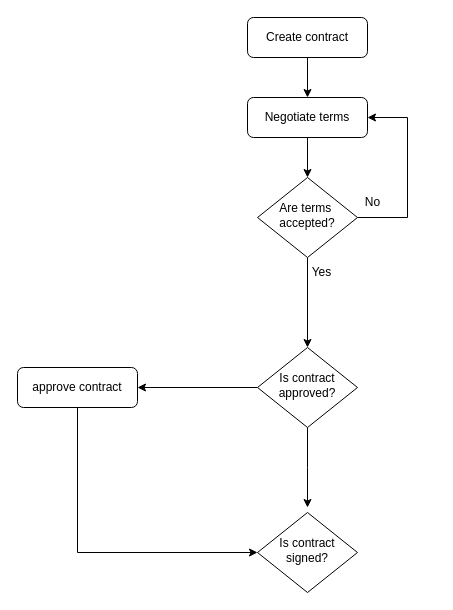
The draw.io diagram CRM-contract.drawio in airbaggrenade/WGU-D284, before the edit. Source tidied: cells renumbered, new cells numbered last; positions are measured from the earlier drawing's top-left corner, leaving out a move shared by most shapes. Both pictures are drawn from the tidied source at 100%, with x=0, y=0 at pixel (17, 17).
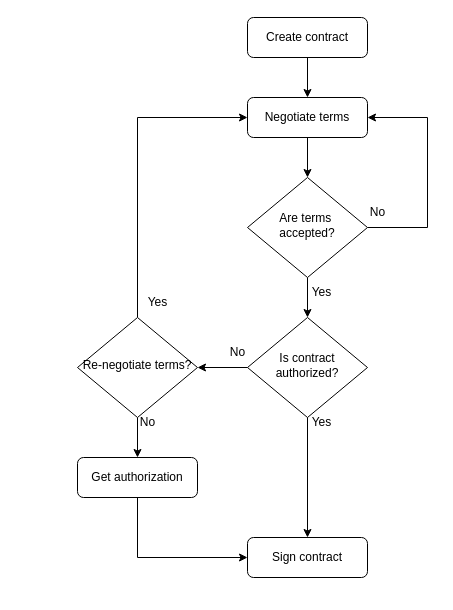
The same diagram, later.

The change refers to these unchanged cells:
```xml
<mxCell id="8" value="Negotiate terms" style="rounded=1;whiteSpace=wrap;html=1;fontSize=12;glass=0;strokeWidth=1;shadow=0;" parent="1" vertex="1">
  <mxGeometry x="230" y="80" width="120" height="40" as="geometry" />
</mxCell>
```

Diff of the diagram source:
```diff
@@
-    <mxCell id="5" style="edgeStyle=orthogonalEdgeStyle;rounded=0;jettySize=auto;html=1;entryX=1;entryY=0.5;entryDx=0;entryDy=0;" parent="1" edge="1" source="6" target="8">
+    <mxCell id="5" style="edgeStyle=orthogonalEdgeStyle;rounded=0;jettySize=auto;html=1;entryX=1;entryY=0.5;entryDx=0;entryDy=0;exitX=1;exitY=0.5;exitDx=0;exitDy=0;" parent="1" edge="1" source="6" target="8">
       <mxGeometry relative="1" as="geometry">
         <Array as="points">
-          <mxPoint x="390" y="200" />
-          <mxPoint x="390" y="100" />
+          <mxPoint x="410" y="210" />
+          <mxPoint x="410" y="100" />
         </Array>
       </mxGeometry>
     </mxCell>
     <mxCell id="6" value="&lt;div&gt;Are terms&amp;nbsp;&lt;/div&gt;&lt;div&gt;accepted?&lt;/div&gt;" style="rhombus;whiteSpace=wrap;html=1;shadow=0;fontFamily=Helvetica;fontSize=12;align=center;strokeWidth=1;spacing=6;spacingTop=-4;" parent="1" vertex="1">
-      <mxGeometry x="240" y="160" width="100" height="80" as="geometry" />
+      <mxGeometry x="230" y="160" width="120" height="100" as="geometry" />
     </mxCell>
@@
-    <mxCell id="9" style="edgeStyle=orthogonalEdgeStyle;rounded=0;jettySize=auto;html=1;" parent="1" edge="1" source="11" target="13">
-      <mxGeometry relative="1" as="geometry" />
-    </mxCell>
-    <mxCell id="10" style="edgeStyle=orthogonalEdgeStyle;rounded=0;jettySize=auto;html=1;" parent="1" edge="1" source="11">
-      <mxGeometry relative="1" as="geometry">
-        <mxPoint x="290" y="490" as="targetPoint" />
-      </mxGeometry>
-    </mxCell>
-    <mxCell id="11" value="Is contract approved?" style="rhombus;whiteSpace=wrap;html=1;shadow=0;fontFamily=Helvetica;fontSize=12;align=center;strokeWidth=1;spacing=6;spacingTop=-4;" parent="1" vertex="1">
-      <mxGeometry x="240" y="330" width="100" height="80" as="geometry" />
+    <mxCell id="11" value="Is contract authorized?" style="rhombus;whiteSpace=wrap;html=1;shadow=0;fontFamily=Helvetica;fontSize=12;align=center;strokeWidth=1;spacing=6;spacingTop=-4;" parent="1" vertex="1">
+      <mxGeometry x="230" y="300" width="120" height="100" as="geometry" />
     </mxCell>
-    <mxCell id="12" style="edgeStyle=orthogonalEdgeStyle;rounded=0;jettySize=auto;html=1;entryX=0;entryY=0.5;entryDx=0;entryDy=0;" parent="1" edge="1" source="13" target="14">
-      <mxGeometry relative="1" as="geometry">
-        <Array as="points">
-          <mxPoint x="60" y="535" />
-        </Array>
-      </mxGeometry>
-    </mxCell>
+    <mxCell id="17" style="edgeStyle=orthogonalEdgeStyle;rounded=0;jettySize=auto;html=1;entryX=0;entryY=0.5;entryDx=0;entryDy=0;" parent="1" edge="1" source="13" target="21">
+      <mxGeometry relative="1" as="geometry">
+        <Array as="points">
+          <mxPoint x="120" y="540" />
+        </Array>
+      </mxGeometry>
+    </mxCell>
-    <mxCell id="13" value="&lt;div&gt;approve contract&lt;/div&gt;" style="rounded=1;whiteSpace=wrap;html=1;fontSize=12;glass=0;strokeWidth=1;shadow=0;" parent="1" vertex="1">
-      <mxGeometry y="350" width="120" height="40" as="geometry" />
+    <mxCell id="13" value="Get authorization" style="rounded=1;whiteSpace=wrap;html=1;fontSize=12;glass=0;strokeWidth=1;shadow=0;" parent="1" vertex="1">
+      <mxGeometry x="60" y="440" width="120" height="40" as="geometry" />
     </mxCell>
-    <mxCell id="14" value="Is contract signed?" style="rhombus;whiteSpace=wrap;html=1;shadow=0;fontFamily=Helvetica;fontSize=12;align=center;strokeWidth=1;spacing=6;spacingTop=-4;" parent="1" vertex="1">
-      <mxGeometry x="240" y="495" width="100" height="80" as="geometry" />
-    </mxCell>
     <mxCell id="15" value="&lt;div&gt;Yes&lt;/div&gt;" style="text;html=1;align=center;verticalAlign=middle;strokeColor=none;fillColor=none;" parent="1" vertex="1">
-      <mxGeometry x="284" y="240" width="40" height="30" as="geometry" />
+      <mxGeometry x="284" y="260" width="40" height="30" as="geometry" />
     </mxCell>
     <mxCell id="16" value="No" style="text;html=1;align=center;verticalAlign=middle;strokeColor=none;fillColor=none;" parent="1" vertex="1">
-      <mxGeometry x="335" y="170" width="40" height="30" as="geometry" />
+      <mxGeometry x="340" y="180" width="40" height="30" as="geometry" />
     </mxCell>
+    <mxCell id="18" style="edgeStyle=orthogonalEdgeStyle;rounded=0;jettySize=auto;html=1;entryX=0.5;entryY=0;entryDx=0;entryDy=0;" parent="1" edge="1" source="11" target="21">
+      <mxGeometry relative="1" as="geometry" />
+    </mxCell>
+    <mxCell id="19" value="&lt;div&gt;Yes&lt;/div&gt;" style="text;html=1;align=center;verticalAlign=middle;strokeColor=none;fillColor=none;" parent="1" vertex="1">
+      <mxGeometry x="284" y="390" width="40" height="30" as="geometry" />
+    </mxCell>
+    <mxCell id="20" value="No" style="text;html=1;align=center;verticalAlign=middle;strokeColor=none;fillColor=none;" parent="1" vertex="1">
+      <mxGeometry x="200" y="320" width="40" height="30" as="geometry" />
+    </mxCell>
+    <mxCell id="21" value="Sign contract" style="rounded=1;whiteSpace=wrap;html=1;fontSize=12;glass=0;strokeWidth=1;shadow=0;" parent="1" vertex="1">
+      <mxGeometry x="230" y="520" width="120" height="40" as="geometry" />
+    </mxCell>
+    <mxCell id="22" style="edgeStyle=orthogonalEdgeStyle;rounded=0;jettySize=auto;html=1;" parent="1" edge="1" source="11" target="25">
+      <mxGeometry relative="1" as="geometry" />
+    </mxCell>
+    <mxCell id="23" style="edgeStyle=orthogonalEdgeStyle;rounded=0;jettySize=auto;html=1;entryX=0;entryY=0.5;entryDx=0;entryDy=0;exitX=0.5;exitY=0;exitDx=0;exitDy=0;" parent="1" edge="1" source="25" target="8">
+      <mxGeometry relative="1" as="geometry">
+        <Array as="points">
+          <mxPoint x="120" y="100" />
+        </Array>
+      </mxGeometry>
+    </mxCell>
+    <mxCell id="24" style="edgeStyle=orthogonalEdgeStyle;rounded=0;jettySize=auto;html=1;entryX=0.5;entryY=0;entryDx=0;entryDy=0;" parent="1" edge="1" source="25" target="13">
+      <mxGeometry relative="1" as="geometry" />
+    </mxCell>
+    <mxCell id="25" value="Re-negotiate terms?" style="rhombus;whiteSpace=wrap;html=1;shadow=0;fontFamily=Helvetica;fontSize=12;align=center;strokeWidth=1;spacing=6;spacingTop=-4;" parent="1" vertex="1">
+      <mxGeometry x="60" y="300" width="120" height="100" as="geometry" />
+    </mxCell>
+    <mxCell id="26" value="&lt;div&gt;Yes&lt;/div&gt;" style="text;html=1;align=center;verticalAlign=middle;strokeColor=none;fillColor=none;" parent="1" vertex="1">
+      <mxGeometry x="120" y="270" width="40" height="30" as="geometry" />
+    </mxCell>
+    <mxCell id="27" value="No" style="text;html=1;align=center;verticalAlign=middle;strokeColor=none;fillColor=none;" parent="1" vertex="1">
+      <mxGeometry x="110" y="390" width="40" height="30" as="geometry" />
+    </mxCell>
```
